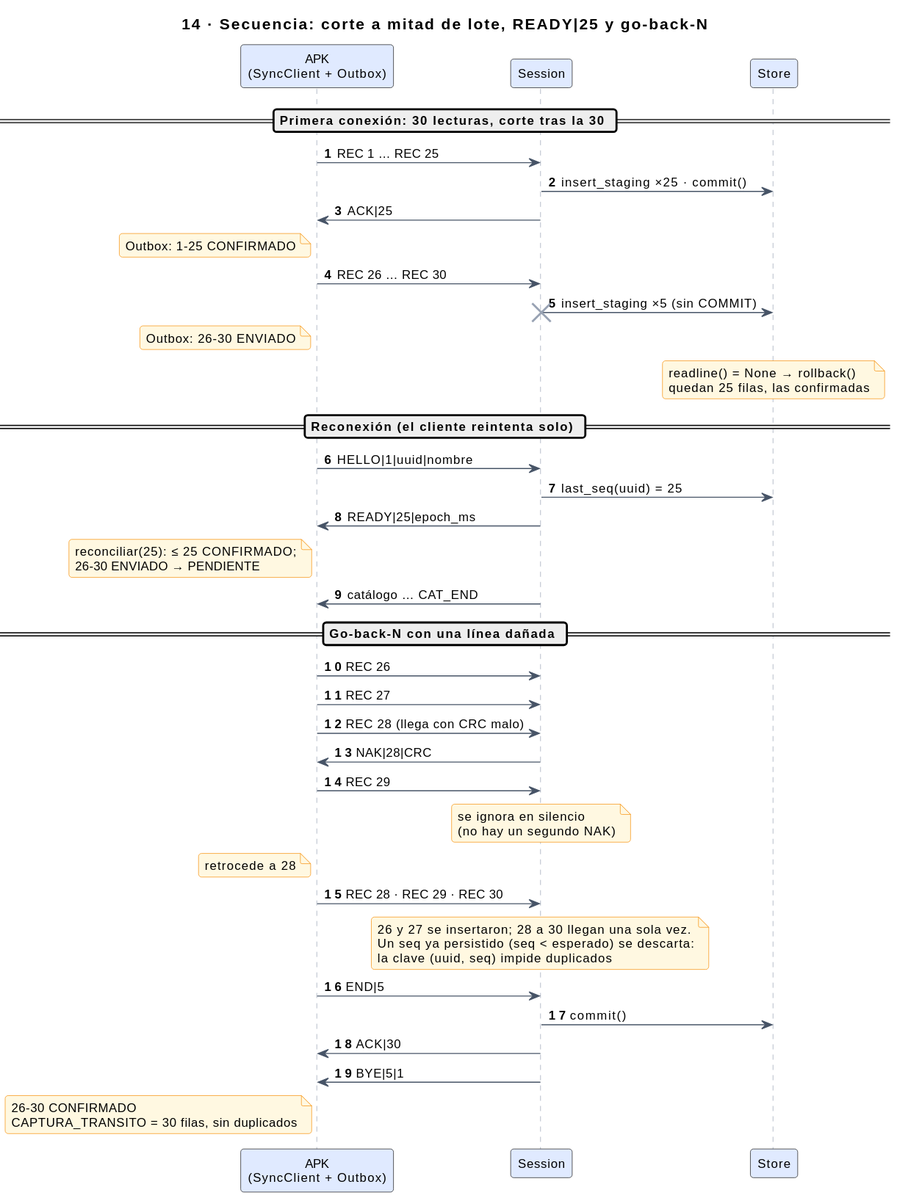
The PlantUML diagram docs/img/uml/14-secuencia-corte-reanudacion.svg in sebas-archive/kardex-bt, before a commit. Source of this version:
```plantuml
@startuml
!include estilo.iuml
title 14 · Secuencia: corte a mitad de lote, READY|25 y go-back-N
autonumber
participant "APK\n(SyncClient + Outbox)" as apk
participant Session as ses
participant Store as st

== Primera conexión: 30 lecturas, corte tras la 30 ==
apk -> ses : REC 1 … REC 25
ses -> st : insert_staging ×25 · commit()
ses -> apk : ACK|25
note left of apk : Outbox: 1-25 CONFIRMADO
apk -> ses : REC 26 … REC 30
ses -> st : insert_staging ×5 (sin COMMIT)
note left of apk : Outbox: 26-30 ENVIADO
destroy ses
note over st : readline() = None → rollback()\nquedan 25 filas, las confirmadas

== Reconexión (el cliente reintenta solo) ==
apk -> ses : HELLO|1|uuid|nombre
ses -> st : last_seq(uuid) = 25
ses -> apk : READY|25|epoch_ms
note left of apk : reconciliar(25): ≤ 25 CONFIRMADO;\n26-30 ENVIADO → PENDIENTE
ses -> apk : catálogo … CAT_END

== Go-back-N con una línea dañada ==
apk -> ses : REC 26
apk -> ses : REC 27
apk -> ses : REC 28 (llega con CRC malo)
ses -> apk : NAK|28|CRC
apk -> ses : REC 29
note over ses : se ignora en silencio\n(no hay un segundo NAK)
note left of apk : retrocede a 28
apk -> ses : REC 28 · REC 29 · REC 30
note over ses : 26 y 27 se insertaron; 28 a 30 llegan una sola vez.\nUn seq ya persistido (seq < esperado) se descarta:\nla clave (uuid, seq) impide duplicados
apk -> ses : END|5
ses -> st : commit()
ses -> apk : ACK|30
ses -> apk : BYE|5|1
note left of apk : 26-30 CONFIRMADO\nCAPTURA_TRANSITO = 30 filas, sin duplicados
@enduml
```
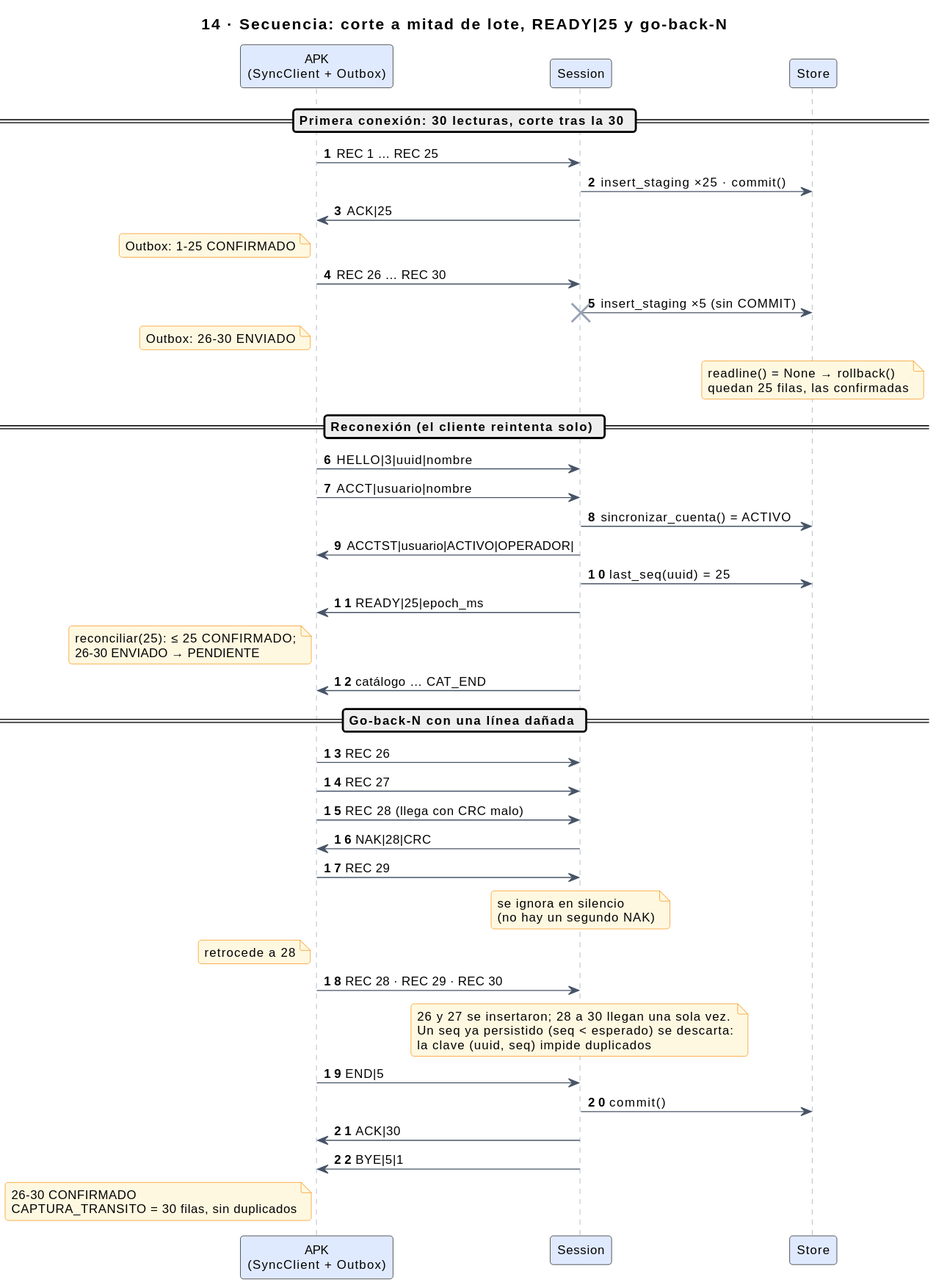
Above is the later version.

The edit, as a diff of the source:
```diff
@@ -18,7 +18,10 @@
 note over st : readline() = None → rollback()\nquedan 25 filas, las confirmadas
 
 == Reconexión (el cliente reintenta solo) ==
-apk -> ses : HELLO|1|uuid|nombre
+apk -> ses : HELLO|3|uuid|nombre
+apk -> ses : ACCT|usuario|nombre
+ses -> st : sincronizar_cuenta() = ACTIVO
+ses -> apk : ACCTST|usuario|ACTIVO|OPERADOR|
 ses -> st : last_seq(uuid) = 25
 ses -> apk : READY|25|epoch_ms
 note left of apk : reconciliar(25): ≤ 25 CONFIRMADO;\n26-30 ENVIADO → PENDIENTE
```
